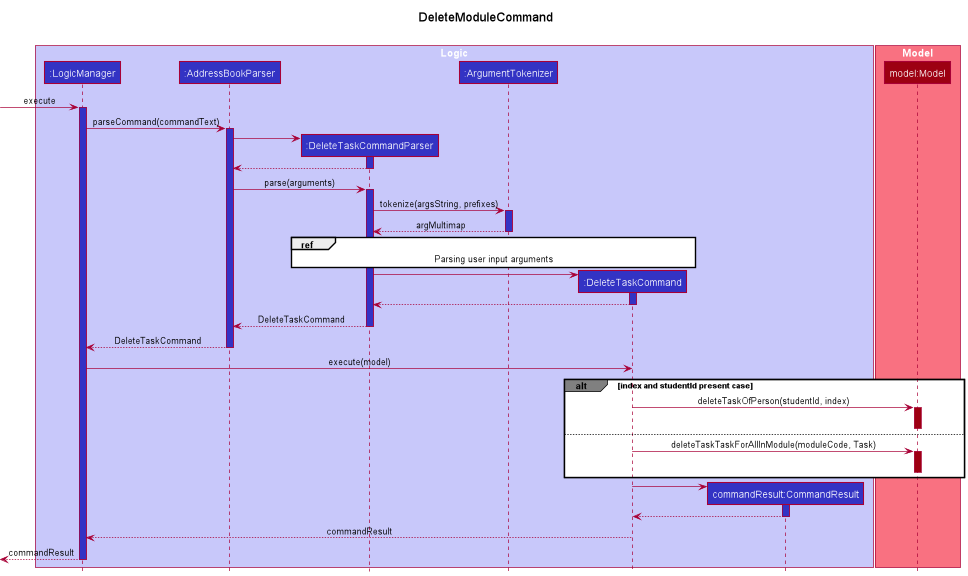
The PlantUML diagram docs/images/DeleteTaskCommandSequenceDiagram-1.png in nus-cs2103-AY2122S2/tp, before a commit. Its diagram source:
```plantuml
@startuml
!include style.puml

title DeleteModuleCommand\n

box "Logic" LOGIC_COLOR_T1
participant ":LogicManager" as LogicManager LOGIC_COLOR
participant ":AddressBookParser" as AddressBookParser LOGIC_COLOR
participant ":DeleteTaskCommandParser" as DeleteTaskCommandParser LOGIC_COLOR
participant ":ArgumentTokenizer" as ArgumentTokenizer LOGIC_COLOR
participant ":DeleteTaskCommand" as DeleteTaskCommand LOGIC_COLOR
participant "commandResult:CommandResult" as CommandResult LOGIC_COLOR
end box

box "Model" MODEL_COLOR_T1
participant "model:Model" as Model MODEL_COLOR
end box

[-> LogicManager : execute
activate LogicManager LOGIC_COLOR

LogicManager -> AddressBookParser : parseCommand(commandText)
activate AddressBookParser LOGIC_COLOR

create DeleteTaskCommandParser
AddressBookParser -> DeleteTaskCommandParser
activate DeleteTaskCommandParser LOGIC_COLOR
DeleteTaskCommandParser --> AddressBookParser
deactivate DeleteTaskCommandParser

AddressBookParser -> DeleteTaskCommandParser : parse(arguments)
activate DeleteTaskCommandParser LOGIC_COLOR

DeleteTaskCommandParser -> ArgumentTokenizer ++ LOGIC_COLOR: tokenize(argsString, prefixes)
ArgumentTokenizer --> DeleteTaskCommandParser -- LOGIC_COLOR: argMultimap


ref over DeleteTaskCommandParser, DeleteTaskCommand: Parsing user input arguments


create DeleteTaskCommand
DeleteTaskCommandParser -> DeleteTaskCommand
activate DeleteTaskCommand LOGIC_COLOR
DeleteTaskCommand --> DeleteTaskCommandParser
deactivate DeleteTaskCommand

DeleteTaskCommandParser --> AddressBookParser -- LOGIC_COLOR: DeleteTaskCommand
deactivate DeleteTaskCommandParser

AddressBookParser --> LogicManager  -- LOGIC_COLOR: DeleteTaskCommand
deactivate AddressBookParser


LogicManager -> DeleteTaskCommand LOGIC_COLOR : execute(model)


alt#Grey #White index and studentId present case
DeleteTaskCommand -> Model ++ MODEL_COLOR: deleteTaskOfPerson(studentId, index)

deactivate
else
DeleteTaskCommand -> Model ++ MODEL_COLOR: deleteTaskTaskForAllInModule(moduleCode, Task)

deactivate
end


create CommandResult
DeleteTaskCommand -> CommandResult ++ LOGIC_COLOR:

CommandResult --> DeleteTaskCommand --:
deactivate CommandResult

DeleteTaskCommand --> LogicManager --: commandResult
deactivate DeleteTaskCommand

[<--LogicManager --: commandResult
deactivate LogicManager

@enduml
```
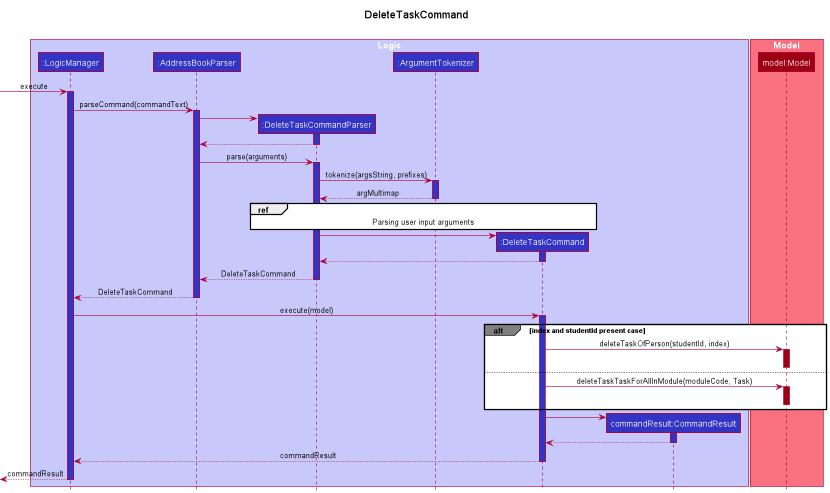
After the change.

Commit message:
Updated puml diagram to fix bugs.

Change to the diagram source:
```diff
@@ -1,7 +1,7 @@
 @startuml
 !include style.puml
 
-title DeleteModuleCommand\n
+title DeleteTaskCommand\n
 
 box "Logic" LOGIC_COLOR_T1
 participant ":LogicManager" as LogicManager LOGIC_COLOR
@@ -52,7 +52,7 @@
 
 
 LogicManager -> DeleteTaskCommand LOGIC_COLOR : execute(model)
-
+activate DeleteTaskCommand LOGIC_COLOR
 
 alt#Grey #White index and studentId present case
 DeleteTaskCommand -> Model ++ MODEL_COLOR: deleteTaskOfPerson(studentId, index)
```
